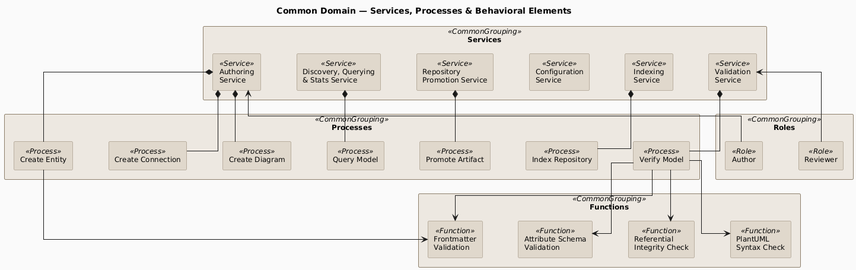
Earlier version of the PlantUML export engagements/ENG-ARCH-REPO/architecture-repository/diagram-catalog/rendered/common-services-processes.png (mbauer83/assisted-architecture-management). Its diagram source:
```plantuml
@startuml common-services-processes
!include ../_archimate-stereotypes.puml

top to bottom direction

title Common Domain — Services, Processes & Behavioral Elements

rectangle "Services" <<CommonGrouping>> {
  rectangle "Authoring\nService" <<Service>> as SRV_Au1Th1
  rectangle "Validation\nService" <<Service>> as SRV_Ij6Kl6
  rectangle "Discovery, Querying\n& Stats Service" <<Service>> as SRV_Qr8St8
  rectangle "Repository\nPromotion Service" <<Service>> as SRV_Uv9Wx9
  rectangle "Configuration\nService" <<Service>> as SRV_e5MCiF
  rectangle "Indexing\nService" <<Service>> as SRV_3I3Dtc
}

rectangle "Processes" <<CommonGrouping>> {
  rectangle "Create Entity" <<Process>> as PRC_pFq3jC
  rectangle "Create Connection" <<Process>> as PRC_ocenhK
  rectangle "Create Diagram" <<Process>> as PRC_iGIf7W
  rectangle "Verify Model" <<Process>> as PRC_oLRrwL
  rectangle "Index Repository" <<Process>> as PRC_iJuFgE
  rectangle "Promote Artifact" <<Process>> as PRC_0Rz5Ex
  rectangle "Query Model" <<Process>> as PRC_vGhe4Z
}

rectangle "Functions" <<CommonGrouping>> {
  rectangle "Frontmatter\nValidation" <<Function>> as FNC_ahr0mT
  rectangle "Attribute Schema\nValidation" <<Function>> as FNC_B_F_Sq
  rectangle "Referential\nIntegrity Check" <<Function>> as FNC_eAkU8w
  rectangle "PlantUML\nSyntax Check" <<Function>> as FNC_wIVwom
}

rectangle "Roles" <<CommonGrouping>> {
  rectangle "Author" <<Role>> as ROL_deMuTj
  rectangle "Reviewer" <<Role>> as ROL_6VGCvh
}

SRV_Au1Th1 -[hidden]right- SRV_Ij6Kl6
SRV_Ij6Kl6 -[hidden]right- SRV_Qr8St8
SRV_Qr8St8 -[hidden]right- SRV_Uv9Wx9
SRV_Uv9Wx9 -[hidden]right- SRV_e5MCiF
SRV_e5MCiF -[hidden]right- SRV_3I3Dtc
PRC_pFq3jC -[hidden]right- PRC_ocenhK
PRC_ocenhK -[hidden]right- PRC_iGIf7W
PRC_iGIf7W -[hidden]right- PRC_oLRrwL
PRC_oLRrwL -[hidden]right- PRC_iJuFgE
PRC_iJuFgE -[hidden]right- PRC_0Rz5Ex
PRC_0Rz5Ex -[hidden]right- PRC_vGhe4Z
FNC_ahr0mT -[hidden]right- FNC_B_F_Sq
FNC_B_F_Sq -[hidden]right- FNC_eAkU8w
FNC_eAkU8w -[hidden]right- FNC_wIVwom
ROL_deMuTj -[hidden]right- ROL_6VGCvh


SRV_Au1Th1 *-- PRC_pFq3jC
SRV_Au1Th1 *-- PRC_ocenhK
SRV_Au1Th1 *-- PRC_iGIf7W
SRV_Ij6Kl6 *-- PRC_oLRrwL
SRV_3I3Dtc *-- PRC_iJuFgE
SRV_Uv9Wx9 *-- PRC_0Rz5Ex
SRV_Qr8St8 *-- PRC_vGhe4Z

PRC_oLRrwL -down-> FNC_ahr0mT
PRC_oLRrwL -down-> FNC_B_F_Sq
PRC_oLRrwL -down-> FNC_eAkU8w
PRC_oLRrwL -down-> FNC_wIVwom
PRC_pFq3jC -down-> FNC_ahr0mT

ROL_deMuTj -up-> SRV_Au1Th1
ROL_6VGCvh -up-> SRV_Ij6Kl6

@enduml
```
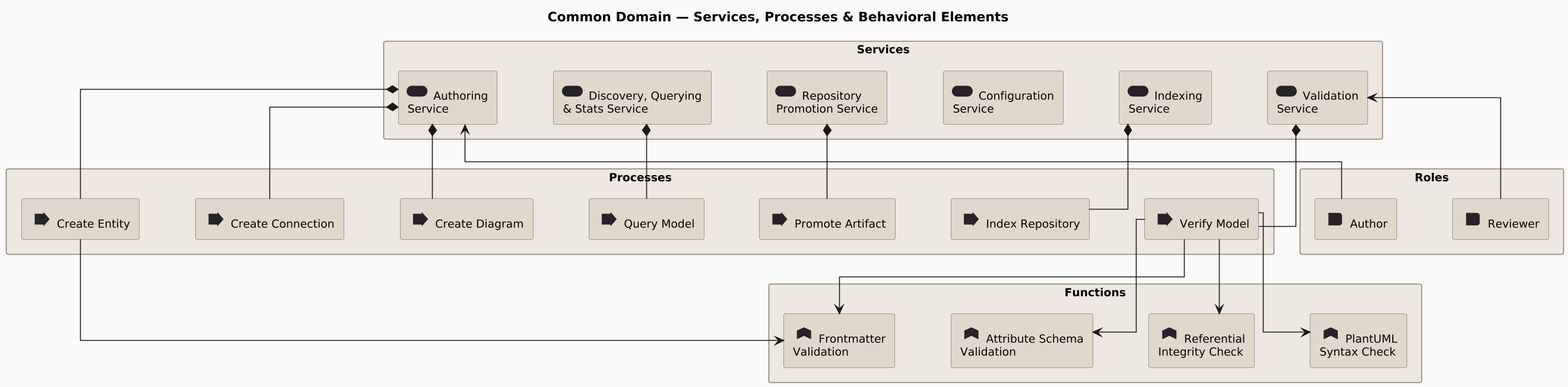
The same diagram one commit later.

What changed in the source:
```diff
@@ -1,39 +1,41 @@
-@startuml common-services-processes
+@startuml
+skinparamlocked dpi 150
 !include ../_archimate-stereotypes.puml
+!include ../_archimate-glyphs.puml
 
 top to bottom direction
 
 title Common Domain — Services, Processes & Behavioral Elements
 
 rectangle "Services" <<CommonGrouping>> {
-  rectangle "Authoring\nService" <<Service>> as SRV_Au1Th1
-  rectangle "Validation\nService" <<Service>> as SRV_Ij6Kl6
-  rectangle "Discovery, Querying\n& Stats Service" <<Service>> as SRV_Qr8St8
-  rectangle "Repository\nPromotion Service" <<Service>> as SRV_Uv9Wx9
-  rectangle "Configuration\nService" <<Service>> as SRV_e5MCiF
-  rectangle "Indexing\nService" <<Service>> as SRV_3I3Dtc
+  rectangle "<$archimate_Service{scale=1.5}> Authoring\nService" <<Service>> as SRV_Au1Th1
+  rectangle "<$archimate_Service{scale=1.5}> Validation\nService" <<Service>> as SRV_Ij6Kl6
+  rectangle "<$archimate_Service{scale=1.5}> Discovery, Querying\n& Stats Service" <<Service>> as SRV_Qr8St8
+  rectangle "<$archimate_Service{scale=1.5}> Repository\nPromotion Service" <<Service>> as SRV_Uv9Wx9
+  rectangle "<$archimate_Service{scale=1.5}> Configuration\nService" <<Service>> as SRV_e5MCiF
+  rectangle "<$archimate_Service{scale=1.5}> Indexing\nService" <<Service>> as SRV_3I3Dtc
 }
 
 rectangle "Processes" <<CommonGrouping>> {
-  rectangle "Create Entity" <<Process>> as PRC_pFq3jC
-  rectangle "Create Connection" <<Process>> as PRC_ocenhK
-  rectangle "Create Diagram" <<Process>> as PRC_iGIf7W
-  rectangle "Verify Model" <<Process>> as PRC_oLRrwL
-  rectangle "Index Repository" <<Process>> as PRC_iJuFgE
-  rectangle "Promote Artifact" <<Process>> as PRC_0Rz5Ex
-  rectangle "Query Model" <<Process>> as PRC_vGhe4Z
+  rectangle "<$archimate_Process{scale=1.5}> Create Entity" <<Process>> as PRC_pFq3jC
+  rectangle "<$archimate_Process{scale=1.5}> Create Connection" <<Process>> as PRC_ocenhK
+  rectangle "<$archimate_Process{scale=1.5}> Create Diagram" <<Process>> as PRC_iGIf7W
+  rectangle "<$archimate_Process{scale=1.5}> Verify Model" <<Process>> as PRC_oLRrwL
+  rectangle "<$archimate_Process{scale=1.5}> Index Repository" <<Process>> as PRC_iJuFgE
+  rectangle "<$archimate_Process{scale=1.5}> Promote Artifact" <<Process>> as PRC_0Rz5Ex
+  rectangle "<$archimate_Process{scale=1.5}> Query Model" <<Process>> as PRC_vGhe4Z
 }
 
 rectangle "Functions" <<CommonGrouping>> {
-  rectangle "Frontmatter\nValidation" <<Function>> as FNC_ahr0mT
-  rectangle "Attribute Schema\nValidation" <<Function>> as FNC_B_F_Sq
-  rectangle "Referential\nIntegrity Check" <<Function>> as FNC_eAkU8w
-  rectangle "PlantUML\nSyntax Check" <<Function>> as FNC_wIVwom
+  rectangle "<$archimate_Function{scale=1.5}> Frontmatter\nValidation" <<Function>> as FNC_ahr0mT
+  rectangle "<$archimate_Function{scale=1.5}> Attribute Schema\nValidation" <<Function>> as FNC_B_F_Sq
+  rectangle "<$archimate_Function{scale=1.5}> Referential\nIntegrity Check" <<Function>> as FNC_eAkU8w
+  rectangle "<$archimate_Function{scale=1.5}> PlantUML\nSyntax Check" <<Function>> as FNC_wIVwom
 }
 
 rectangle "Roles" <<CommonGrouping>> {
-  rectangle "Author" <<Role>> as ROL_deMuTj
-  rectangle "Reviewer" <<Role>> as ROL_6VGCvh
+  rectangle "<$archimate_Role{scale=1.5}> Author" <<Role>> as ROL_deMuTj
+  rectangle "<$archimate_Role{scale=1.5}> Reviewer" <<Role>> as ROL_6VGCvh
 }
 
 SRV_Au1Th1 -[hidden]right- SRV_Ij6Kl6
```
